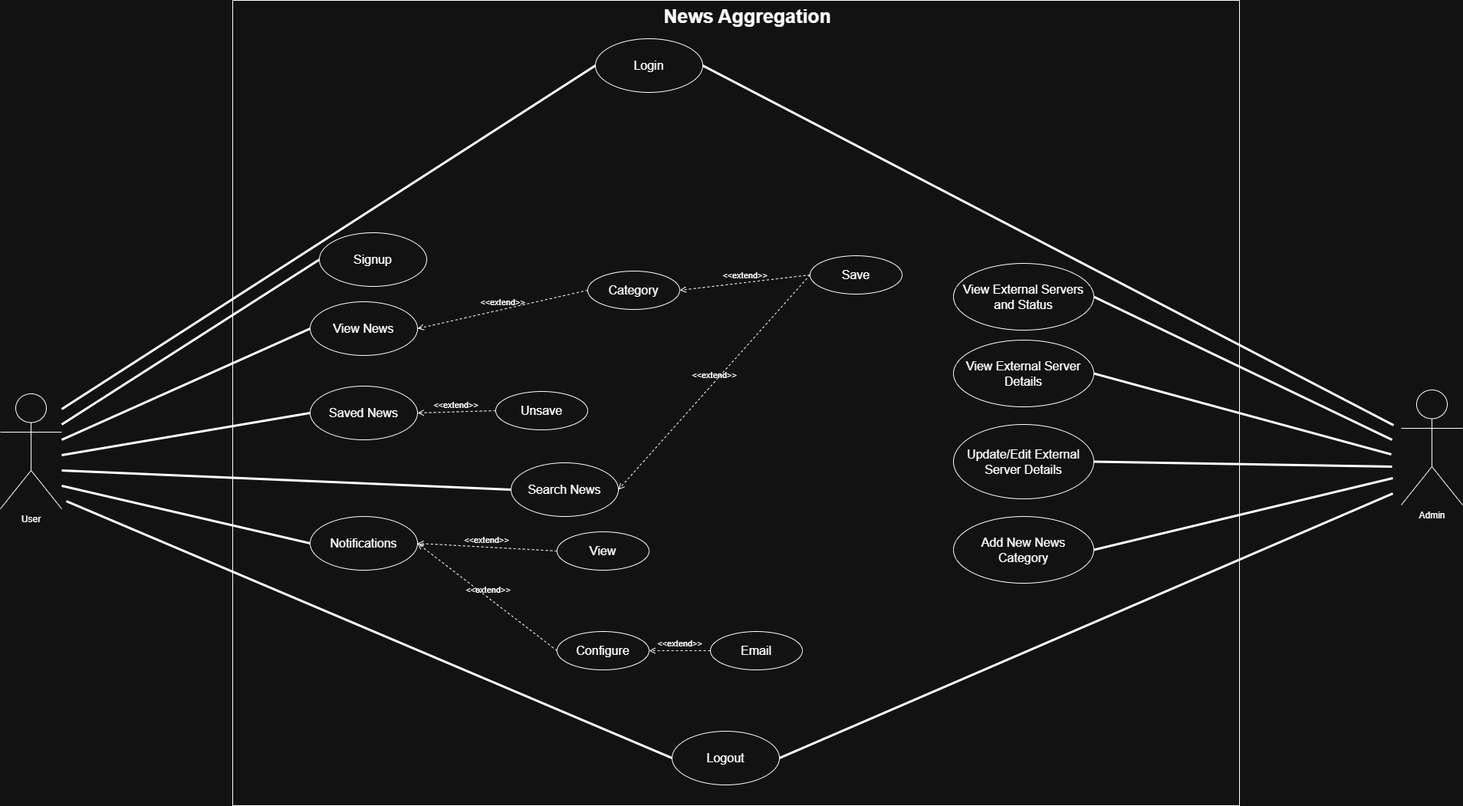
The draw.io diagram News Aggregation UML/Use_Case.drawio.png in laxmanojha/Learn-and-Code, before a commit. Source tidied: cells renumbered, new cells last; positions are measured from the earlier drawing's top-left corner, leaving out a move shared by most shapes.
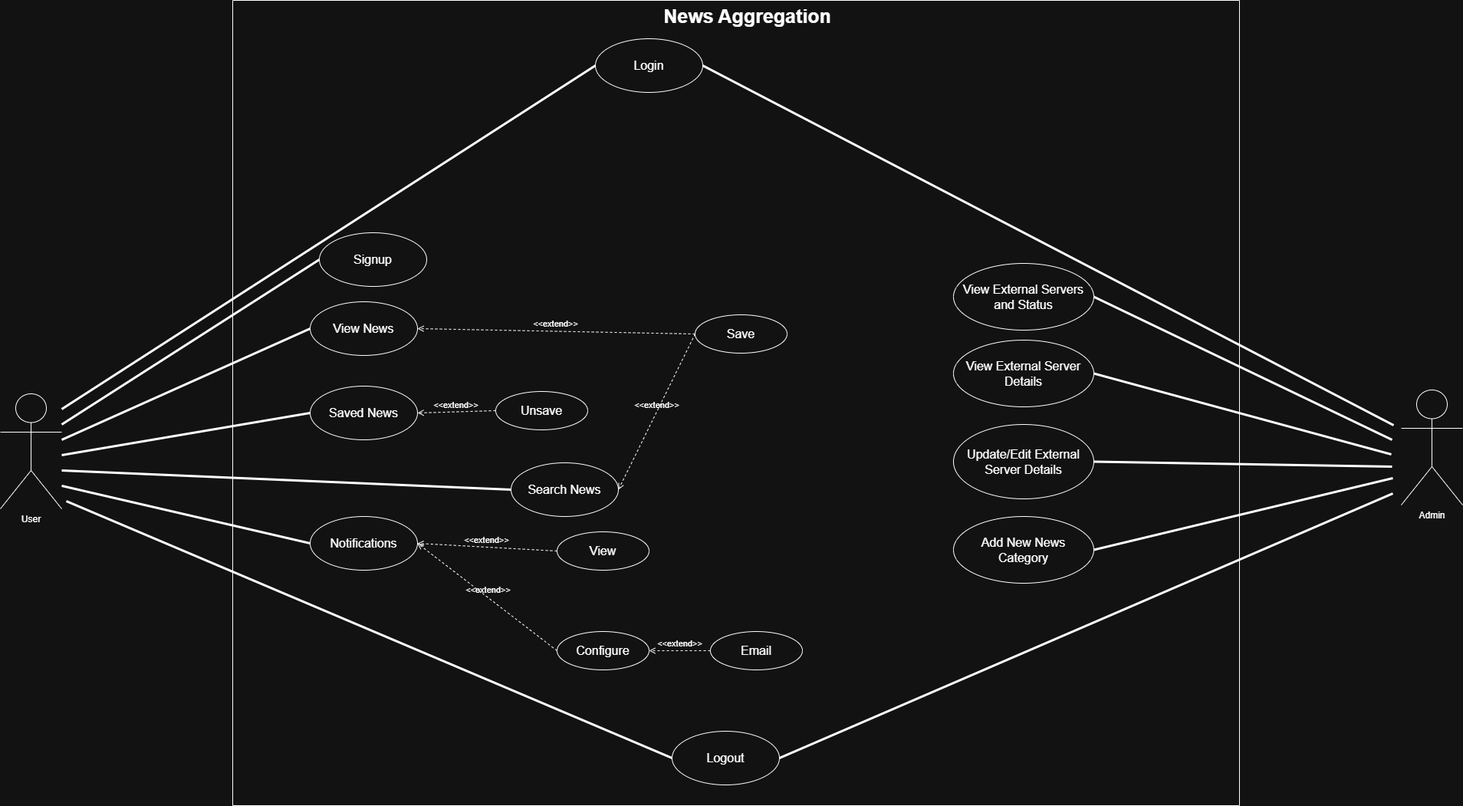
The same file after the commit.

Commit message:
resolved comment on Use case diagram

The edit, as a diff of the source:
```diff
@@ -26,12 +26,6 @@
     <mxCell id="9" value="&lt;font style=&quot;font-size: 16px;&quot;&gt;Notifications&lt;/font&gt;" style="ellipse;whiteSpace=wrap;html=1;" parent="2" vertex="1">
       <mxGeometry x="101" y="673" width="140" height="70" as="geometry" />
     </mxCell>
-    <mxCell id="10" value="&lt;font style=&quot;font-size: 16px;&quot;&gt;Category&lt;/font&gt;" style="ellipse;whiteSpace=wrap;html=1;" parent="2" vertex="1">
-      <mxGeometry x="463" y="353" width="120" height="50" as="geometry" />
-    </mxCell>
-    <mxCell id="11" value="&amp;lt;&amp;lt;extend&amp;gt;&amp;gt;" style="html=1;verticalAlign=bottom;labelBackgroundColor=none;endArrow=open;endFill=0;dashed=1;rounded=0;entryX=1;entryY=0.5;entryDx=0;entryDy=0;exitX=0;exitY=0.5;exitDx=0;exitDy=0;" parent="2" edge="1" source="10" target="6">
-      <mxGeometry relative="1" as="geometry" />
-    </mxCell>
     <mxCell id="12" value="&lt;font style=&quot;font-size: 16px;&quot;&gt;Configure&lt;/font&gt;" style="ellipse;whiteSpace=wrap;html=1;" parent="2" vertex="1">
       <mxGeometry x="423" y="823" width="120" height="50" as="geometry" />
     </mxCell>
@@ -51,9 +45,9 @@
       <mxGeometry relative="1" as="geometry" />
     </mxCell>
     <mxCell id="18" value="&lt;font style=&quot;font-size: 16px;&quot;&gt;Save&lt;/font&gt;" style="ellipse;whiteSpace=wrap;html=1;" parent="2" vertex="1">
-      <mxGeometry x="753" y="333" width="120" height="50" as="geometry" />
+      <mxGeometry x="603" y="410" width="120" height="50" as="geometry" />
     </mxCell>
-    <mxCell id="19" value="&amp;lt;&amp;lt;extend&amp;gt;&amp;gt;" style="html=1;verticalAlign=bottom;labelBackgroundColor=none;endArrow=open;endFill=0;dashed=1;rounded=0;entryX=1;entryY=0.5;entryDx=0;entryDy=0;exitX=0;exitY=0.5;exitDx=0;exitDy=0;" parent="2" edge="1" source="18" target="10">
+    <mxCell id="19" value="&amp;lt;&amp;lt;extend&amp;gt;&amp;gt;" style="html=1;verticalAlign=bottom;labelBackgroundColor=none;endArrow=open;endFill=0;dashed=1;rounded=0;entryX=1;entryY=0.5;entryDx=0;entryDy=0;exitX=0;exitY=0.5;exitDx=0;exitDy=0;" parent="2" edge="1" source="18" target="6">
       <mxGeometry relative="1" as="geometry" />
     </mxCell>
     <mxCell id="20" value="&lt;font style=&quot;font-size: 16px;&quot;&gt;Unsave&lt;/font&gt;" style="ellipse;whiteSpace=wrap;html=1;" parent="2" vertex="1">
```
